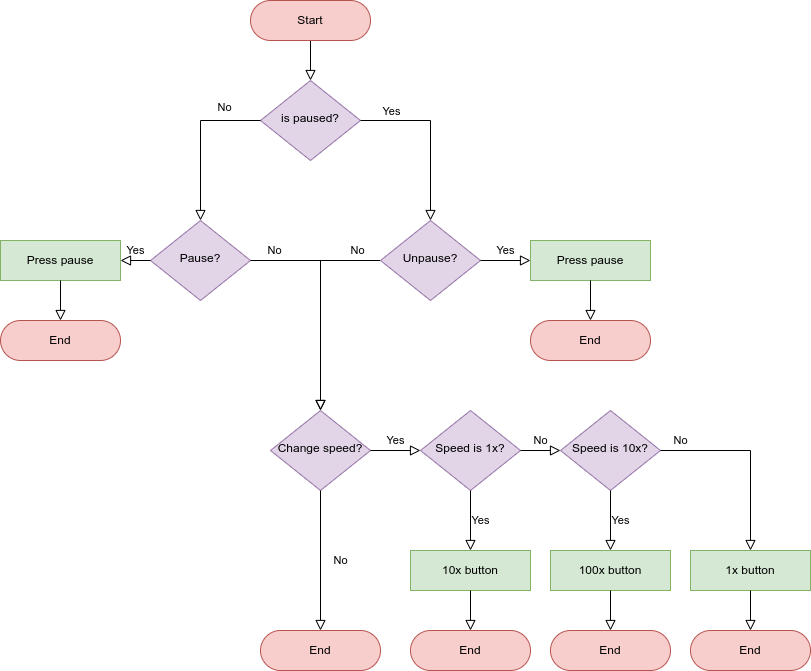
Before: design/diagrams/user flow/user flow main.png, a diagram exported from draw.io (EmmanuelMess/ConstraintBasedSimulator). Source tidied: cells renumbered, new cells last; positions are measured from the earlier drawing's top-left corner, leaving out a move shared by most shapes.
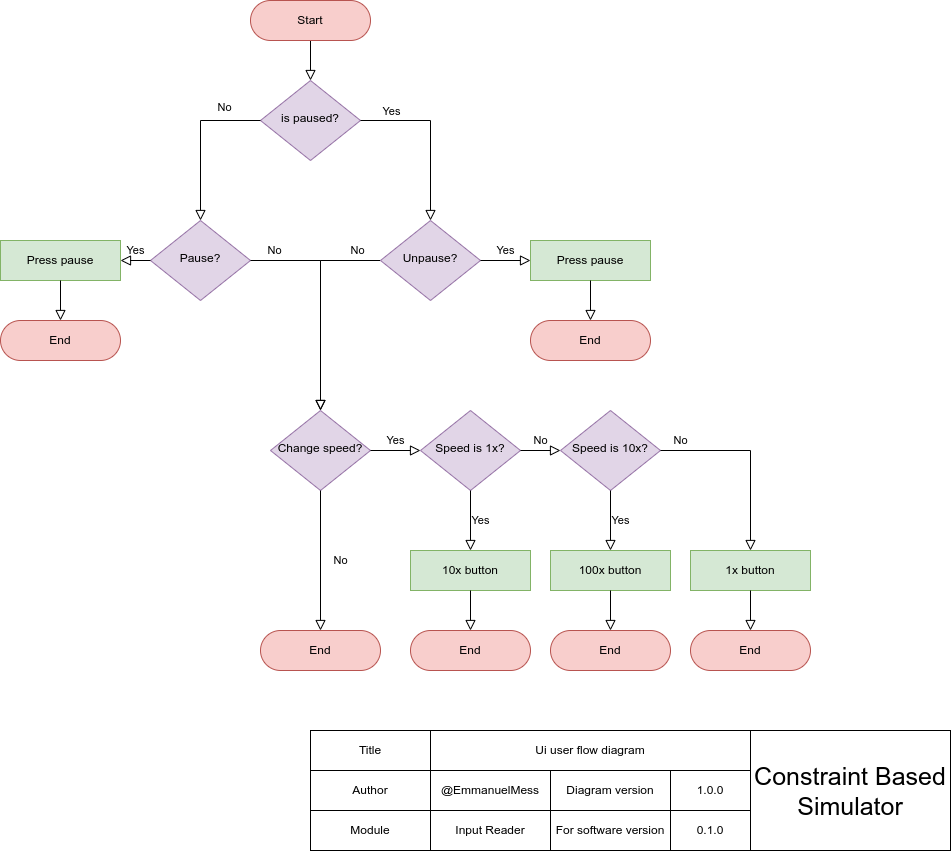
Later version of the same file.

Change to the diagram source:
```diff
@@ -124,5 +124,38 @@
     <mxCell id="39" style="rounded=0;html=1;jettySize=auto;fontSize=11;endArrow=block;endFill=0;endSize=8;strokeWidth=1;shadow=0;labelBackgroundColor=none;edgeStyle=orthogonalEdgeStyle;" parent="1" edge="1" source="32" target="38">
       <mxGeometry y="20" relative="1" as="geometry" />
     </mxCell>
+    <mxCell id="40" value="Title" style="rounded=0;whiteSpace=wrap;html=1;" parent="1" vertex="1">
+      <mxGeometry x="310" y="730" width="120" height="40" as="geometry" />
+    </mxCell>
+    <mxCell id="41" value="Ui user flow diagram" style="rounded=0;whiteSpace=wrap;html=1;" parent="1" vertex="1">
+      <mxGeometry x="430" y="730" width="320" height="40" as="geometry" />
+    </mxCell>
+    <mxCell id="42" value="Module" style="rounded=0;whiteSpace=wrap;html=1;" parent="1" vertex="1">
+      <mxGeometry x="310" y="810" width="120" height="40" as="geometry" />
+    </mxCell>
+    <mxCell id="43" value="Author" style="rounded=0;whiteSpace=wrap;html=1;" parent="1" vertex="1">
+      <mxGeometry x="310" y="770" width="120" height="40" as="geometry" />
+    </mxCell>
+    <mxCell id="44" value="@EmmanuelMess" style="rounded=0;whiteSpace=wrap;html=1;" parent="1" vertex="1">
+      <mxGeometry x="430" y="770" width="120" height="40" as="geometry" />
+    </mxCell>
+    <mxCell id="45" value="Input Reader" style="rounded=0;whiteSpace=wrap;html=1;" parent="1" vertex="1">
+      <mxGeometry x="430" y="810" width="120" height="40" as="geometry" />
+    </mxCell>
+    <mxCell id="46" value="Diagram version" style="rounded=0;whiteSpace=wrap;html=1;" parent="1" vertex="1">
+      <mxGeometry x="550" y="770" width="120" height="40" as="geometry" />
+    </mxCell>
+    <mxCell id="47" value="&lt;font style=&quot;font-size: 25px;&quot;&gt;Constraint Based Simulator&lt;/font&gt;" style="rounded=0;whiteSpace=wrap;html=1;" parent="1" vertex="1">
+      <mxGeometry x="750" y="730" width="200" height="120" as="geometry" />
+    </mxCell>
+    <mxCell id="48" value="1.0.0" style="rounded=0;whiteSpace=wrap;html=1;" parent="1" vertex="1">
+      <mxGeometry x="670" y="770" width="80" height="40" as="geometry" />
+    </mxCell>
+    <mxCell id="49" value="For software version" style="rounded=0;whiteSpace=wrap;html=1;" parent="1" vertex="1">
+      <mxGeometry x="550" y="810" width="120" height="40" as="geometry" />
+    </mxCell>
+    <mxCell id="50" value="0.1.0" style="rounded=0;whiteSpace=wrap;html=1;" parent="1" vertex="1">
+      <mxGeometry x="670" y="810" width="80" height="40" as="geometry" />
+    </mxCell>
   </root>
 </mxGraphModel>
```
